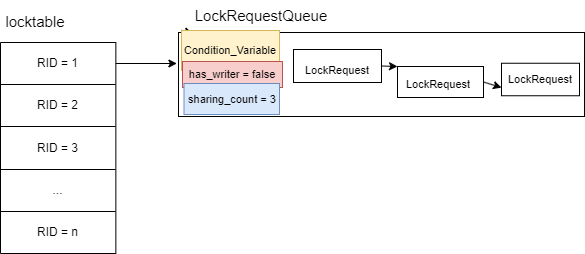
This is CMU15445/concurrency_control.drawio.png from SixPlusAndTimes/drawio, a draw.io export, as it was before one commit. Source tidied: cells renumbered, new cells last; positions are measured from the earlier drawing's top-left corner, leaving out a move shared by most shapes.
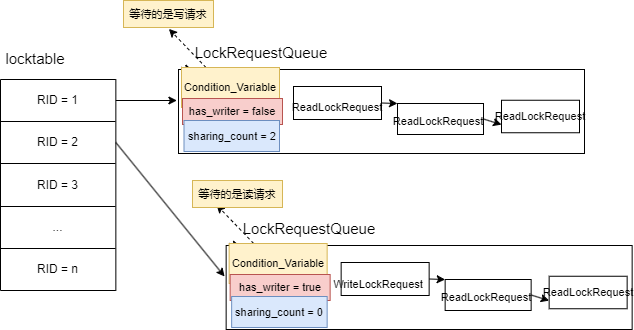
After the commit.

Change to the diagram source:
```diff
@@ -55,7 +55,7 @@
     <mxCell id="18" style="rounded=0;whiteSpace=wrap;html=1;fontSize=15;" parent="1" vertex="1">
       <mxGeometry x="293" y="49" width="88" height="33" as="geometry" />
     </mxCell>
-    <mxCell id="19" value="&lt;font style=&quot;font-size: 11px;&quot;&gt;LockRequest&lt;/font&gt;" style="text;html=1;strokeColor=none;fillColor=none;align=center;verticalAlign=middle;whiteSpace=wrap;rounded=0;fontSize=15;" parent="1" vertex="1">
+    <mxCell id="19" value="&lt;font style=&quot;font-size: 11px;&quot;&gt;ReadLockRequest&lt;/font&gt;" style="text;html=1;strokeColor=none;fillColor=none;align=center;verticalAlign=middle;whiteSpace=wrap;rounded=0;fontSize=15;" parent="1" vertex="1">
       <mxGeometry x="300" y="54.5" width="74" height="27.5" as="geometry" />
     </mxCell>
     <mxCell id="20" style="edgeStyle=none;rounded=0;jettySize=auto;html=1;exitX=1;exitY=0.5;exitDx=0;exitDy=0;entryX=0;entryY=0.75;entryDx=0;entryDy=0;fontSize=11;" parent="1" edge="1" source="21" target="22">
@@ -70,23 +70,89 @@
     <mxCell id="23" style="edgeStyle=none;rounded=0;jettySize=auto;html=1;exitX=0;exitY=0;exitDx=0;exitDy=0;entryX=0.035;entryY=0.012;entryDx=0;entryDy=0;entryPerimeter=0;fontSize=11;" parent="1" edge="1" source="24" target="15">
       <mxGeometry relative="1" as="geometry" />
     </mxCell>
+    <mxCell id="30" style="edgeStyle=none;rounded=0;jettySize=auto;html=1;exitX=0.25;exitY=0;exitDx=0;exitDy=0;dashed=1;fontSize=11;" parent="1" edge="1" source="24">
+      <mxGeometry relative="1" as="geometry">
+        <mxPoint x="168.4" y="-8.6" as="targetPoint" />
+      </mxGeometry>
+    </mxCell>
     <mxCell id="24" value="Condition_Variable" style="text;html=1;strokeColor=#d6b656;fillColor=#fff2cc;align=center;verticalAlign=middle;whiteSpace=wrap;rounded=0;fontSize=11;" parent="1" vertex="1">
       <mxGeometry x="181" y="30" width="98" height="40" as="geometry" />
     </mxCell>
     <mxCell id="25" value="has_writer = false" style="text;html=1;strokeColor=#b85450;fillColor=#f8cecc;align=center;verticalAlign=middle;whiteSpace=wrap;rounded=0;fontSize=11;" parent="1" vertex="1">
       <mxGeometry x="182" y="61" width="100" height="26" as="geometry" />
     </mxCell>
-    <mxCell id="26" value="sharing_count = 3" style="text;html=1;strokeColor=#6c8ebf;fillColor=#dae8fc;align=center;verticalAlign=middle;whiteSpace=wrap;rounded=0;fontSize=11;" parent="1" vertex="1">
+    <mxCell id="26" value="sharing_count = 2" style="text;html=1;strokeColor=#6c8ebf;fillColor=#dae8fc;align=center;verticalAlign=middle;whiteSpace=wrap;rounded=0;fontSize=11;" parent="1" vertex="1">
       <mxGeometry x="183.5" y="83" width="95.5" height="31" as="geometry" />
     </mxCell>
     <mxCell id="27" style="edgeStyle=none;rounded=0;orthogonalLoop=1;jettySize=auto;html=1;exitX=1;exitY=0.75;exitDx=0;exitDy=0;fontSize=11;" parent="1" edge="1" source="21" target="21">
       <mxGeometry relative="1" as="geometry" />
     </mxCell>
-    <mxCell id="28" value="&lt;font style=&quot;font-size: 11px;&quot;&gt;LockRequest&lt;/font&gt;" style="text;html=1;strokeColor=none;fillColor=none;align=center;verticalAlign=middle;whiteSpace=wrap;rounded=0;fontSize=15;" parent="1" vertex="1">
+    <mxCell id="28" value="&lt;span style=&quot;font-size: 11px;&quot;&gt;ReadLockRequest&lt;/span&gt;" style="text;html=1;strokeColor=none;fillColor=none;align=center;verticalAlign=middle;whiteSpace=wrap;rounded=0;fontSize=15;" parent="1" vertex="1">
       <mxGeometry x="401" y="67.8" width="74" height="27.5" as="geometry" />
     </mxCell>
-    <mxCell id="29" value="&lt;font style=&quot;font-size: 11px;&quot;&gt;LockRequest&lt;/font&gt;" style="text;html=1;strokeColor=none;fillColor=none;align=center;verticalAlign=middle;whiteSpace=wrap;rounded=0;fontSize=15;" parent="1" vertex="1">
+    <mxCell id="29" value="&lt;span style=&quot;font-size: 11px;&quot;&gt;ReadLockRequest&lt;/span&gt;" style="text;html=1;strokeColor=none;fillColor=none;align=center;verticalAlign=middle;whiteSpace=wrap;rounded=0;fontSize=15;" parent="1" vertex="1">
       <mxGeometry x="503" y="62.8" width="74" height="27.5" as="geometry" />
     </mxCell>
+    <mxCell id="31" value="等待的是写请求" style="rounded=0;whiteSpace=wrap;html=1;fontSize=11;fillColor=#fff2cc;strokeColor=#d6b656;" parent="1" vertex="1">
+      <mxGeometry x="123" y="-37" width="90" height="27" as="geometry" />
+    </mxCell>
+    <mxCell id="32" style="rounded=0;jettySize=auto;html=1;exitX=1;exitY=0.5;exitDx=0;exitDy=0;fontSize=15;" parent="1" edge="1" source="5">
+      <mxGeometry relative="1" as="geometry">
+        <mxPoint x="224.1" y="239" as="targetPoint" />
+      </mxGeometry>
+    </mxCell>
+    <mxCell id="33" style="rounded=0;whiteSpace=wrap;html=1;fontSize=15;" parent="1" vertex="1">
+      <mxGeometry x="225.6" y="208" width="406" height="84" as="geometry" />
+    </mxCell>
+    <mxCell id="34" value="LockRequestQueue" style="text;html=1;strokeColor=none;fillColor=none;align=center;verticalAlign=middle;whiteSpace=wrap;rounded=0;fontSize=15;" parent="1" vertex="1">
+      <mxGeometry x="278.6" y="176" width="60" height="30" as="geometry" />
+    </mxCell>
+    <mxCell id="35" style="rounded=0;jettySize=auto;html=1;exitX=1;exitY=0.5;exitDx=0;exitDy=0;entryX=0;entryY=0;entryDx=0;entryDy=0;fontSize=11;" parent="1" edge="1" source="36" target="39">
+      <mxGeometry relative="1" as="geometry" />
+    </mxCell>
+    <mxCell id="36" style="rounded=0;whiteSpace=wrap;html=1;fontSize=15;" parent="1" vertex="1">
+      <mxGeometry x="340.6" y="225" width="88" height="33" as="geometry" />
+    </mxCell>
+    <mxCell id="37" value="&lt;font style=&quot;font-size: 11px;&quot;&gt;WriteLockRequest&lt;/font&gt;" style="text;html=1;strokeColor=none;fillColor=none;align=center;verticalAlign=middle;whiteSpace=wrap;rounded=0;fontSize=15;" parent="1" vertex="1">
+      <mxGeometry x="340.6" y="231.5" width="74" height="27.5" as="geometry" />
+    </mxCell>
+    <mxCell id="38" style="edgeStyle=none;rounded=0;jettySize=auto;html=1;exitX=1;exitY=0.5;exitDx=0;exitDy=0;entryX=0;entryY=0.75;entryDx=0;entryDy=0;fontSize=11;" parent="1" edge="1" source="39" target="40">
+      <mxGeometry relative="1" as="geometry" />
+    </mxCell>
+    <mxCell id="39" style="rounded=0;whiteSpace=wrap;html=1;fontSize=15;" parent="1" vertex="1">
+      <mxGeometry x="444.6" y="242" width="86" height="31" as="geometry" />
+    </mxCell>
+    <mxCell id="40" style="rounded=0;whiteSpace=wrap;html=1;fontSize=15;" parent="1" vertex="1">
+      <mxGeometry x="548.6" y="238.8" width="78" height="32.5" as="geometry" />
+    </mxCell>
+    <mxCell id="41" style="edgeStyle=none;rounded=0;jettySize=auto;html=1;exitX=0;exitY=0;exitDx=0;exitDy=0;entryX=0.035;entryY=0.012;entryDx=0;entryDy=0;entryPerimeter=0;fontSize=11;" parent="1" edge="1" source="43" target="33">
+      <mxGeometry relative="1" as="geometry" />
+    </mxCell>
+    <mxCell id="42" style="edgeStyle=none;rounded=0;jettySize=auto;html=1;exitX=0.25;exitY=0;exitDx=0;exitDy=0;dashed=1;fontSize=11;" parent="1" edge="1" source="43">
+      <mxGeometry relative="1" as="geometry">
+        <mxPoint x="216.1" y="167.4" as="targetPoint" />
+      </mxGeometry>
+    </mxCell>
+    <mxCell id="43" value="Condition_Variable" style="text;html=1;strokeColor=#d6b656;fillColor=#fff2cc;align=center;verticalAlign=middle;whiteSpace=wrap;rounded=0;fontSize=11;" parent="1" vertex="1">
+      <mxGeometry x="228.6" y="206" width="98" height="40" as="geometry" />
+    </mxCell>
+    <mxCell id="44" value="has_writer = true" style="text;html=1;strokeColor=#b85450;fillColor=#f8cecc;align=center;verticalAlign=middle;whiteSpace=wrap;rounded=0;fontSize=11;" parent="1" vertex="1">
+      <mxGeometry x="229.6" y="237" width="100" height="26" as="geometry" />
+    </mxCell>
+    <mxCell id="45" value="sharing_count = 0" style="text;html=1;strokeColor=#6c8ebf;fillColor=#dae8fc;align=center;verticalAlign=middle;whiteSpace=wrap;rounded=0;fontSize=11;" parent="1" vertex="1">
+      <mxGeometry x="231.1" y="259" width="95.5" height="31" as="geometry" />
+    </mxCell>
+    <mxCell id="46" style="edgeStyle=none;rounded=0;orthogonalLoop=1;jettySize=auto;html=1;exitX=1;exitY=0.75;exitDx=0;exitDy=0;fontSize=11;" parent="1" edge="1" source="39" target="39">
+      <mxGeometry relative="1" as="geometry" />
+    </mxCell>
+    <mxCell id="47" value="&lt;span style=&quot;font-size: 11px;&quot;&gt;ReadLockRequest&lt;/span&gt;" style="text;html=1;strokeColor=none;fillColor=none;align=center;verticalAlign=middle;whiteSpace=wrap;rounded=0;fontSize=15;" parent="1" vertex="1">
+      <mxGeometry x="448.6" y="243.8" width="74" height="27.5" as="geometry" />
+    </mxCell>
+    <mxCell id="48" value="&lt;span style=&quot;font-size: 11px;&quot;&gt;ReadLockRequest&lt;/span&gt;" style="text;html=1;strokeColor=none;fillColor=none;align=center;verticalAlign=middle;whiteSpace=wrap;rounded=0;fontSize=15;" parent="1" vertex="1">
+      <mxGeometry x="550.6" y="238.8" width="74" height="27.5" as="geometry" />
+    </mxCell>
+    <mxCell id="49" value="等待的是读请求" style="rounded=0;whiteSpace=wrap;html=1;fontSize=11;fillColor=#fff2cc;strokeColor=#d6b656;" parent="1" vertex="1">
+      <mxGeometry x="192" y="143" width="90" height="27" as="geometry" />
+    </mxCell>
   </root>
 </mxGraphModel>
```
